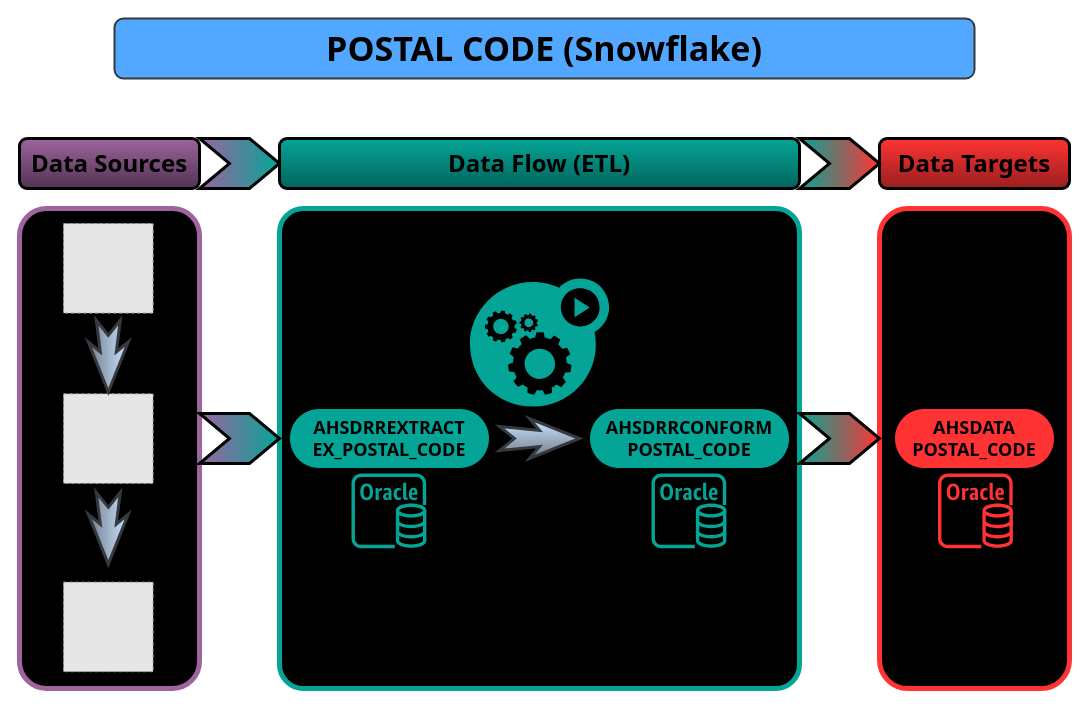
Above: POSTAL_CODE_Snowflake.drawio in artiewangGH/POSTAL_CODE (draw.io), before the change. Source tidied: cells renumbered, new cells numbered last; positions are measured from the earlier drawing's top-left corner, leaving out a move shared by most shapes. Both pictures are drawn from the tidied source at 100%, with x=0, y=0 at pixel (19, 18). Pictures stored in the file or linked from it are replaced by grey dashed boxes.
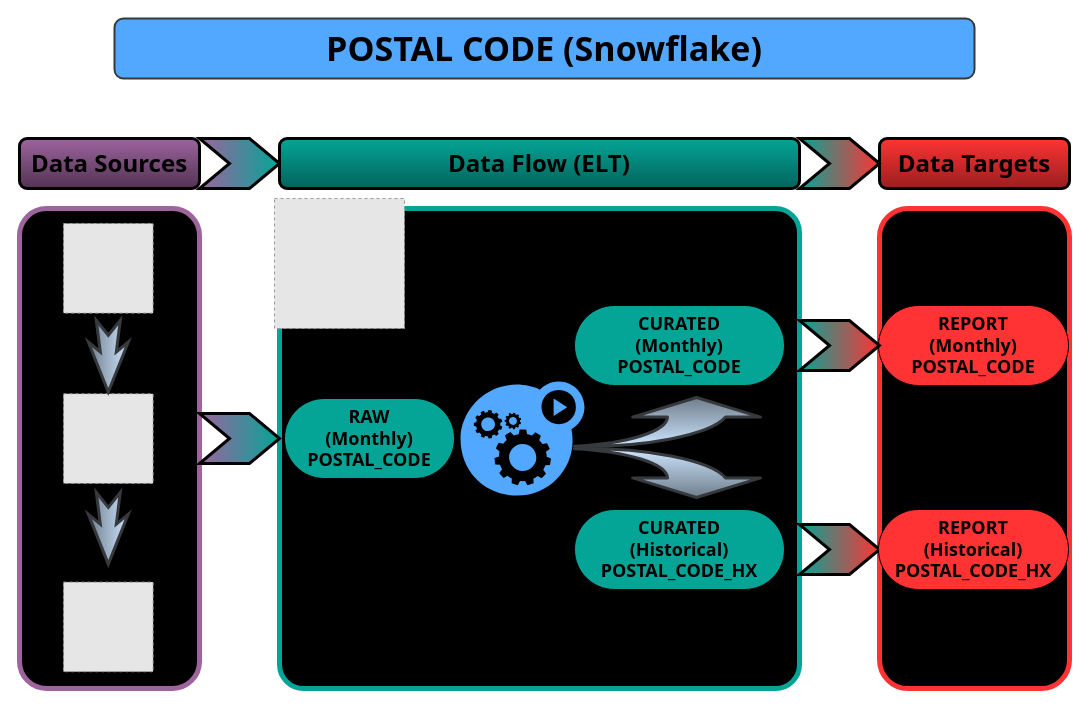
The same page after the edit.

Change to the diagram source:
```diff
@@
-    <mxCell id="12" style="group;" parent="1" vertex="1">
-      <mxGeometry x="875" y="390" width="160" height="139.8" as="geometry" />
-    </mxCell>
-    <mxCell id="13" value="&lt;font style=&quot;font-size: 18px;&quot; face=&quot;Tahoma&quot;&gt;&lt;b style=&quot;&quot;&gt;AHSDATA&lt;br&gt;POSTAL_CODE&lt;/b&gt;&lt;/font&gt;" style="html=1;dashed=0;whiteSpace=wrap;shape=mxgraph.dfd.start;fillColor=#FF3333;" parent="12" vertex="1">
-      <mxGeometry width="160" height="60" as="geometry" />
-    </mxCell>
-    <mxCell id="14" style="sketch=0;fontColor=#232F3E;gradientColor=none;fillColor=#FF3333;strokeColor=none;dashed=0;verticalLabelPosition=bottom;verticalAlign=top;align=center;html=1;fontSize=12;fontStyle=0;shape=mxgraph.aws4.rds_oracle_instance;" parent="12" vertex="1">
-      <mxGeometry x="43.5" y="64.9" width="74.9" height="74.9" as="geometry" />
-    </mxCell>
-    <mxCell id="15" style="group;" parent="1" vertex="1">
-      <mxGeometry y="120" width="1050" height="50" as="geometry" />
-    </mxCell>
+    <mxCell id="28" style="html=1;shadow=0;dashed=0;align=center;verticalAlign=middle;shape=mxgraph.arrows2.arrow;dy=0;dx=30;notch=30;fillColor=#9D649E;strokeColor=#000000;strokeWidth=3;gradientColor=#04A597;gradientDirection=east;" parent="1" vertex="1">
+      <mxGeometry x="180" y="395" width="80" height="50" as="geometry" />
+    </mxCell>
+    <mxCell id="29" style="html=1;shadow=0;dashed=0;align=center;verticalAlign=middle;shape=mxgraph.arrows2.arrow;dy=0;dx=30;notch=30;fillColor=#FF3333;strokeColor=#000000;strokeWidth=3;gradientColor=#04A597;gradientDirection=west;" parent="1" vertex="1">
+      <mxGeometry x="780" y="506" width="80" height="50" as="geometry" />
+    </mxCell>
+    <mxCell id="23" value="&lt;font style=&quot;font-size: 18px;&quot; face=&quot;Tahoma&quot;&gt;&lt;b style=&quot;&quot;&gt;CURATED&lt;br&gt;&lt;/b&gt;&lt;/font&gt;&lt;b style=&quot;border-color: var(--border-color); font-family: Tahoma; font-size: 18px;&quot;&gt;(Historical)&lt;/b&gt;&lt;font style=&quot;font-size: 18px;&quot; face=&quot;Tahoma&quot;&gt;&lt;b style=&quot;&quot;&gt;&lt;br&gt;POSTAL_CODE_HX&lt;br&gt;&lt;/b&gt;&lt;/font&gt;" style="html=1;dashed=0;whiteSpace=wrap;shape=mxgraph.dfd.start;fillColor=#04A597;" parent="1" vertex="1">
+      <mxGeometry x="555" y="491" width="210" height="80" as="geometry" />
+    </mxCell>
-    <mxCell id="16" value="&lt;font style=&quot;font-size: 24px;&quot;&gt;Data Sources&lt;/font&gt;" style="rounded=1;whiteSpace=wrap;html=1;fontSize=17;fontStyle=1;fillColor=#9D649E;strokeColor=#000000;strokeWidth=3;fontFamily=Tahoma;gradientColor=#513352;" parent="15" vertex="1">
-      <mxGeometry width="180" height="50" as="geometry" />
+    <mxCell id="16" value="&lt;font style=&quot;font-size: 24px;&quot;&gt;Data Sources&lt;/font&gt;" style="rounded=1;whiteSpace=wrap;html=1;fontSize=17;fontStyle=1;fillColor=#9D649E;strokeColor=#000000;strokeWidth=3;fontFamily=Tahoma;gradientColor=#513352;" parent="1" vertex="1">
+      <mxGeometry y="120" width="180" height="50" as="geometry" />
     </mxCell>
-    <mxCell id="17" value="&lt;font face=&quot;Tahoma&quot; style=&quot;font-size: 24px;&quot;&gt;Data Targets&lt;/font&gt;" style="rounded=1;whiteSpace=wrap;html=1;fontSize=17;fontStyle=1;strokeWidth=3;fillColor=#FF3333;strokeColor=#000000;gradientColor=#991F1F;" parent="15" vertex="1">
-      <mxGeometry x="860" width="190" height="50" as="geometry" />
+    <mxCell id="17" value="&lt;font face=&quot;Tahoma&quot; style=&quot;font-size: 24px;&quot;&gt;Data Targets&lt;/font&gt;" style="rounded=1;whiteSpace=wrap;html=1;fontSize=17;fontStyle=1;strokeWidth=3;fillColor=#FF3333;strokeColor=#000000;gradientColor=#991F1F;" parent="1" vertex="1">
+      <mxGeometry x="860" y="120" width="190" height="50" as="geometry" />
     </mxCell>
-    <mxCell id="18" style="html=1;shadow=0;dashed=0;align=center;verticalAlign=middle;shape=mxgraph.arrows2.arrow;dy=0;dx=30;notch=30;fillColor=#9D649E;strokeColor=#000000;strokeWidth=3;gradientColor=#04A597;gradientDirection=east;" parent="15" vertex="1">
-      <mxGeometry x="180" width="80" height="50" as="geometry" />
+    <mxCell id="18" style="html=1;shadow=0;dashed=0;align=center;verticalAlign=middle;shape=mxgraph.arrows2.arrow;dy=0;dx=30;notch=30;fillColor=#9D649E;strokeColor=#000000;strokeWidth=3;gradientColor=#04A597;gradientDirection=east;" parent="1" vertex="1">
+      <mxGeometry x="180" y="120" width="80" height="50" as="geometry" />
     </mxCell>
-    <mxCell id="19" value="&lt;font style=&quot;font-size: 24px;&quot;&gt;Data Flow (ETL)&lt;/font&gt;" style="rounded=1;whiteSpace=wrap;html=1;fontSize=17;fontStyle=1;strokeWidth=3;fontFamily=Tahoma;fillColor=#04A597;strokeColor=#000000;fontColor=#000000;gradientColor=#02635B;" parent="15" vertex="1">
-      <mxGeometry x="260" width="520" height="50" as="geometry" />
+    <mxCell id="19" value="&lt;font style=&quot;font-size: 24px;&quot;&gt;Data Flow (ELT)&lt;/font&gt;" style="rounded=1;whiteSpace=wrap;html=1;fontSize=17;fontStyle=1;strokeWidth=3;fontFamily=Tahoma;fillColor=#04A597;strokeColor=#000000;fontColor=#000000;gradientColor=#02635B;" parent="1" vertex="1">
+      <mxGeometry x="260" y="120" width="520" height="50" as="geometry" />
     </mxCell>
-    <mxCell id="20" style="html=1;shadow=0;dashed=0;align=center;verticalAlign=middle;shape=mxgraph.arrows2.arrow;dy=0;dx=30;notch=30;fillColor=#FF3333;strokeColor=#000000;strokeWidth=3;gradientColor=#04A597;gradientDirection=west;" parent="15" vertex="1">
-      <mxGeometry x="780" width="80" height="50" as="geometry" />
+    <mxCell id="20" style="html=1;shadow=0;dashed=0;align=center;verticalAlign=middle;shape=mxgraph.arrows2.arrow;dy=0;dx=30;notch=30;fillColor=#FF3333;strokeColor=#000000;strokeWidth=3;gradientColor=#04A597;gradientDirection=west;" parent="1" vertex="1">
+      <mxGeometry x="780" y="120" width="80" height="50" as="geometry" />
     </mxCell>
-    <mxCell id="21" style="group;" parent="1" vertex="1">
-      <mxGeometry x="270" y="260" width="500" height="269.8" as="geometry" />
-    </mxCell>
-    <mxCell id="22" value="&lt;font style=&quot;font-size: 18px;&quot; face=&quot;Tahoma&quot;&gt;&lt;b style=&quot;&quot;&gt;AHSDRREXTRACT&lt;br&gt;EX_POSTAL_CODE&lt;/b&gt;&lt;/font&gt;" style="html=1;dashed=0;whiteSpace=wrap;shape=mxgraph.dfd.start;fillColor=#04A597;" parent="21" vertex="1">
-      <mxGeometry y="130" width="200" height="60" as="geometry" />
-    </mxCell>
-    <mxCell id="23" value="&lt;font style=&quot;font-size: 18px;&quot; face=&quot;Tahoma&quot;&gt;&lt;b style=&quot;&quot;&gt;AHSDRRCONFORM&lt;br&gt;POSTAL_CODE&lt;/b&gt;&lt;/font&gt;" style="html=1;dashed=0;whiteSpace=wrap;shape=mxgraph.dfd.start;fillColor=#04A597;" parent="21" vertex="1">
-      <mxGeometry x="300" y="130" width="200" height="60" as="geometry" />
-    </mxCell>
-    <mxCell id="24" style="sketch=0;fontColor=#232F3E;gradientColor=none;fillColor=#04A597;strokeColor=none;dashed=0;verticalLabelPosition=bottom;verticalAlign=top;align=center;html=1;fontSize=12;fontStyle=0;shape=mxgraph.aws4.rds_oracle_instance;strokeWidth=1;perimeterSpacing=0;" parent="21" vertex="1">
-      <mxGeometry x="62" y="194.9" width="74.9" height="74.9" as="geometry" />
-    </mxCell>
-    <mxCell id="25" style="sketch=0;fontColor=#232F3E;gradientColor=none;fillColor=#04A597;strokeColor=none;dashed=0;verticalLabelPosition=bottom;verticalAlign=top;align=center;html=1;fontSize=12;fontStyle=0;shape=mxgraph.aws4.rds_oracle_instance;" parent="21" vertex="1">
-      <mxGeometry x="362" y="194.9" width="74.9" height="74.9" as="geometry" />
-    </mxCell>
-    <mxCell id="26" style="sketch=0;html=1;strokeColor=none;shadow=0;fillColor=#04A597;verticalAlign=top;labelPosition=center;verticalLabelPosition=bottom;shape=mxgraph.gcp2.gear_load;" parent="21" vertex="1">
-      <mxGeometry x="180.4" width="139.3" height="128.1" as="geometry" />
-    </mxCell>
-    <mxCell id="27" style="html=1;shadow=0;dashed=0;align=center;verticalAlign=middle;shape=mxgraph.arrows2.stylisedArrow;dy=0.6;dx=40;notch=15;feather=0.4;direction=east;fillColor=#cce5ff;gradientColor=#707E8C;strokeColor=#36393d;strokeWidth=3;" parent="21" vertex="1">
-      <mxGeometry x="210" y="140" width="80" height="40" as="geometry" />
-    </mxCell>
-    <mxCell id="28" style="html=1;shadow=0;dashed=0;align=center;verticalAlign=middle;shape=mxgraph.arrows2.arrow;dy=0;dx=30;notch=30;fillColor=#9D649E;strokeColor=#000000;strokeWidth=3;gradientColor=#04A597;gradientDirection=east;" parent="1" vertex="1">
-      <mxGeometry x="180" y="395" width="80" height="50" as="geometry" />
-    </mxCell>
-    <mxCell id="29" style="html=1;shadow=0;dashed=0;align=center;verticalAlign=middle;shape=mxgraph.arrows2.arrow;dy=0;dx=30;notch=30;fillColor=#FF3333;strokeColor=#000000;strokeWidth=3;gradientColor=#04A597;gradientDirection=west;" parent="1" vertex="1">
-      <mxGeometry x="780" y="395" width="80" height="50" as="geometry" />
-    </mxCell>
+    <mxCell id="30" style="fillColor=#E6E6E6;strokeColor=#999999;dashed=1;verticalLabelPosition=bottom;verticalAlign=top;" parent="1" vertex="1">
+      <mxGeometry x="255" y="180" width="130" height="130" as="geometry" />
+    </mxCell>
+    <mxCell id="31" value="&lt;font style=&quot;font-size: 18px;&quot; face=&quot;Tahoma&quot;&gt;&lt;b style=&quot;&quot;&gt;REPORT&lt;br&gt;(Monthly)&lt;br&gt;POSTAL_CODE&lt;/b&gt;&lt;/font&gt;" style="html=1;dashed=0;whiteSpace=wrap;shape=mxgraph.dfd.start;fillColor=#FF3333;" parent="1" vertex="1">
+      <mxGeometry x="859" y="287" width="190" height="80" as="geometry" />
+    </mxCell>
+    <mxCell id="32" value="&lt;b style=&quot;border-color: var(--border-color); font-family: Tahoma; font-size: 18px;&quot;&gt;REPORT&lt;/b&gt;&lt;font style=&quot;font-size: 18px;&quot; face=&quot;Tahoma&quot;&gt;&lt;b style=&quot;&quot;&gt;&lt;br&gt;(Historical)&lt;br&gt;POSTAL_CODE_HX&lt;/b&gt;&lt;/font&gt;" style="html=1;dashed=0;whiteSpace=wrap;shape=mxgraph.dfd.start;fillColor=#FF3333;" parent="1" vertex="1">
+      <mxGeometry x="859" y="491" width="190" height="80" as="geometry" />
+    </mxCell>
+    <mxCell id="33" value="&lt;font style=&quot;font-size: 18px;&quot; face=&quot;Tahoma&quot;&gt;&lt;b style=&quot;&quot;&gt;RAW&lt;br&gt;&lt;/b&gt;&lt;/font&gt;&lt;b style=&quot;border-color: var(--border-color); font-family: Tahoma; font-size: 18px;&quot;&gt;(Monthly)&lt;/b&gt;&lt;font style=&quot;font-size: 18px;&quot; face=&quot;Tahoma&quot;&gt;&lt;b style=&quot;&quot;&gt;&lt;br&gt;POSTAL_CODE&lt;/b&gt;&lt;/font&gt;" style="html=1;dashed=0;whiteSpace=wrap;shape=mxgraph.dfd.start;fillColor=#04A597;" parent="1" vertex="1">
+      <mxGeometry x="265" y="380" width="170" height="80" as="geometry" />
+    </mxCell>
+    <mxCell id="34" style="html=1;shadow=0;dashed=0;align=center;verticalAlign=middle;shape=mxgraph.arrows2.arrow;dy=0;dx=30;notch=30;fillColor=#FF3333;strokeColor=#000000;strokeWidth=3;gradientColor=#04A597;gradientDirection=west;" parent="1" vertex="1">
+      <mxGeometry x="780" y="302" width="80" height="50" as="geometry" />
+    </mxCell>
+    <mxCell id="35" value="&lt;font style=&quot;font-size: 18px;&quot; face=&quot;Tahoma&quot;&gt;&lt;b style=&quot;&quot;&gt;CURATED&lt;br&gt;&lt;/b&gt;&lt;/font&gt;&lt;b style=&quot;border-color: var(--border-color); font-family: Tahoma; font-size: 18px;&quot;&gt;(Monthly)&lt;/b&gt;&lt;font style=&quot;font-size: 18px;&quot; face=&quot;Tahoma&quot;&gt;&lt;b style=&quot;&quot;&gt;&lt;br&gt;POSTAL_CODE&lt;/b&gt;&lt;/font&gt;" style="html=1;dashed=0;whiteSpace=wrap;shape=mxgraph.dfd.start;fillColor=#04A597;" parent="1" vertex="1">
+      <mxGeometry x="555" y="287" width="210" height="80" as="geometry" />
+    </mxCell>
+    <mxCell id="36" style="sketch=0;html=1;strokeColor=none;shadow=0;fillColor=#52A8FF;verticalAlign=top;labelPosition=center;verticalLabelPosition=bottom;shape=mxgraph.gcp2.gear_load;" parent="1" vertex="1">
+      <mxGeometry x="441" y="363" width="124" height="114.1" as="geometry" />
+    </mxCell>
+    <mxCell id="37" style="shape=mxgraph.arrows.jump-in_arrow_2;html=1;verticalLabelPosition=bottom;verticalAlign=middle;strokeWidth=3;strokeColor=#36393d;fillColor=#cce5ff;shadow=0;dashed=0;gradientColor=#707E8C;direction=west;" parent="1" vertex="1">
+      <mxGeometry x="555" y="379" width="186" height="50" as="geometry" />
+    </mxCell>
+    <mxCell id="38" style="shape=mxgraph.arrows.jump-in_arrow_2;html=1;verticalLabelPosition=bottom;verticalAlign=middle;strokeWidth=3;strokeColor=#36393d;fillColor=#cce5ff;shadow=0;dashed=0;gradientColor=#707E8C;direction=east;flipH=1;" parent="1" vertex="1">
+      <mxGeometry x="555" y="429" width="186" height="50" as="geometry" />
+    </mxCell>
```
